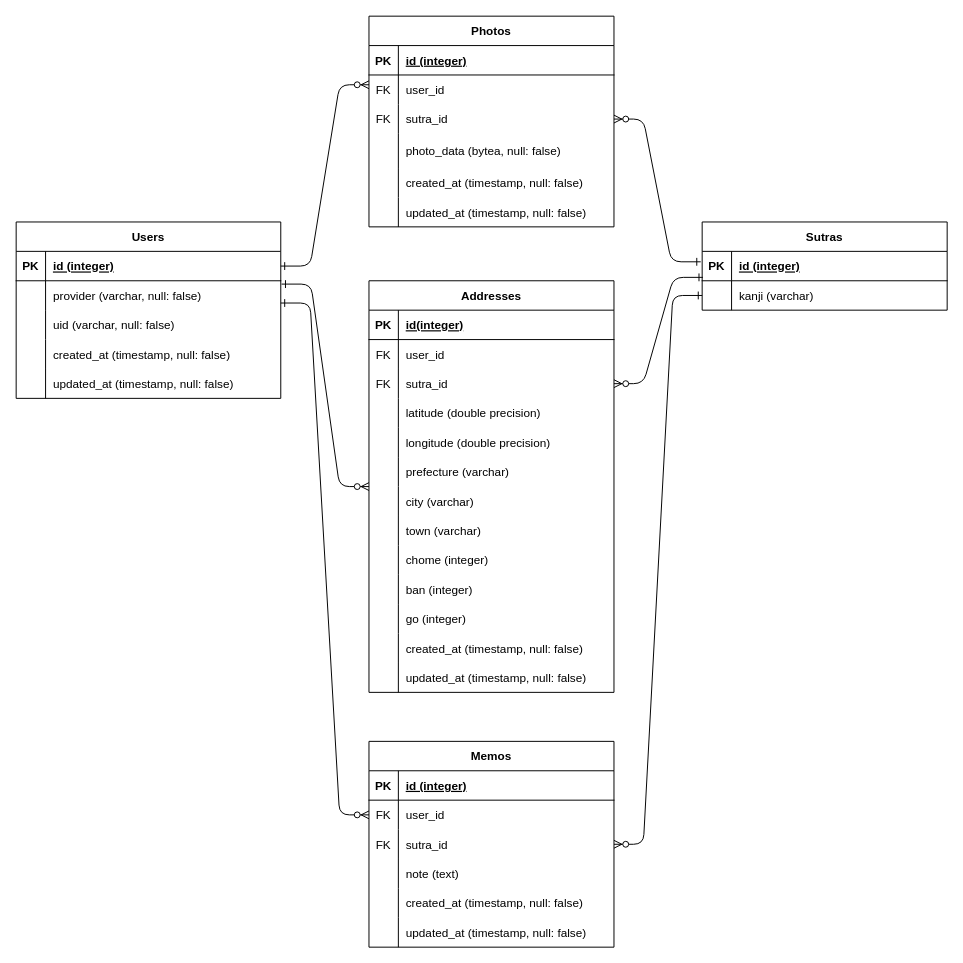
Before: outdoor-heart-sutra.drawio in shirotamaki/entity-relationship-diagram, a draw.io diagram. Source tidied: cells renumbered, new cells numbered last; positions are measured from the earlier drawing's top-left corner, leaving out a move shared by most shapes. Both pictures are drawn from the tidied source at 98%, with x=0, y=0 at pixel (16, 16).
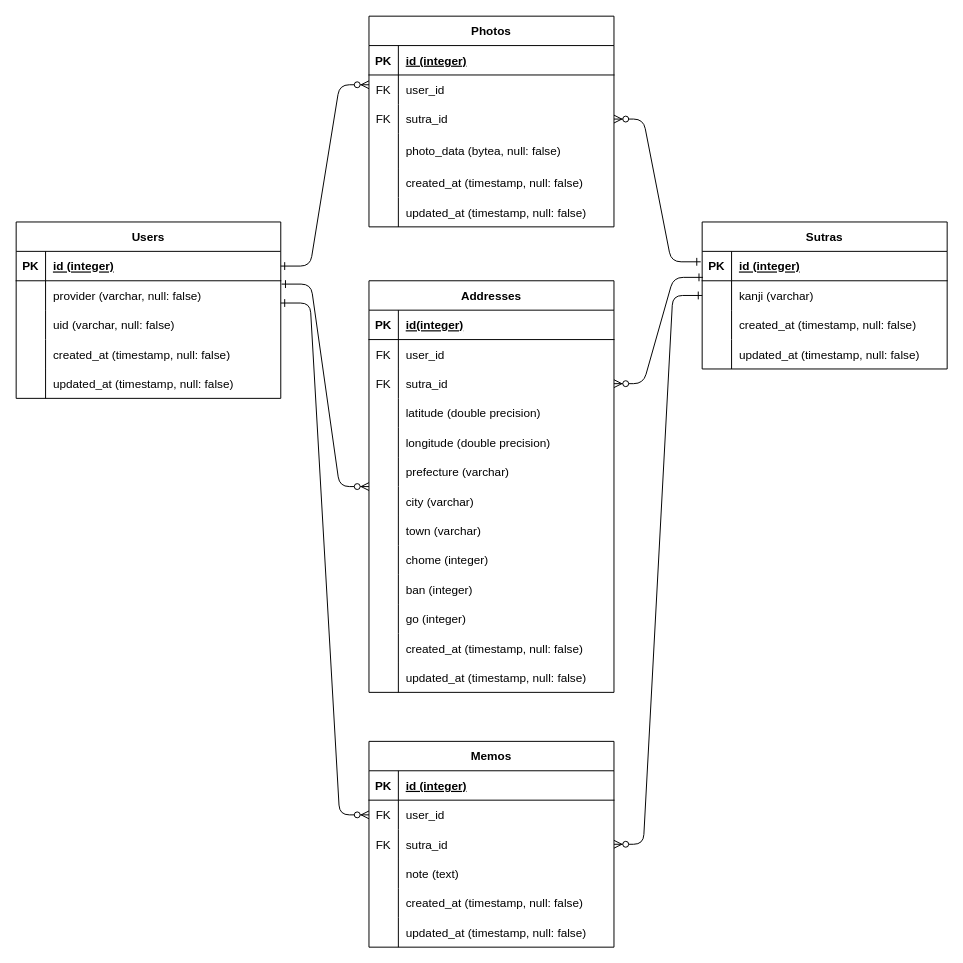
After the change.

Commit message:
outdoor-heart-sutra.drawio を更新します

What changed in the source:
```diff
@@
     <mxCell id="77" value="Sutras" style="shape=table;startSize=30;childLayout=tableLayout;rowLines=0;fontStyle=1;align=center;" parent="1" vertex="1">
-      <mxGeometry x="700" y="210" width="250" height="90" as="geometry" />
+      <mxGeometry x="700" y="210" width="250" height="150" as="geometry" />
     </mxCell>
@@
+    <mxCell id="109" style="shape=partialRectangle;fillColor=none;top=0;left=0;right=0;bottom=0;" parent="77" vertex="1">
+      <mxGeometry y="90" width="250" height="30" as="geometry" />
+    </mxCell>
+    <mxCell id="110" style="shape=partialRectangle;overflow=hidden;fillColor=none;top=0;left=0;bottom=0;right=0;" parent="109" vertex="1">
+      <mxGeometry width="30" height="30" as="geometry" />
+    </mxCell>
+    <mxCell id="111" value="created_at (timestamp, null: false)" style="shape=partialRectangle;overflow=hidden;fillColor=none;top=0;left=0;bottom=0;right=0;align=left;spacingLeft=6;" parent="109" vertex="1">
+      <mxGeometry x="30" width="220" height="30" as="geometry" />
+    </mxCell>
+    <mxCell id="112" style="shape=partialRectangle;fillColor=none;top=0;left=0;right=0;bottom=0;" parent="77" vertex="1">
+      <mxGeometry y="120" width="250" height="30" as="geometry" />
+    </mxCell>
+    <mxCell id="113" style="shape=partialRectangle;overflow=hidden;fillColor=none;top=0;left=0;bottom=0;right=0;" parent="112" vertex="1">
+      <mxGeometry width="30" height="30" as="geometry" />
+    </mxCell>
+    <mxCell id="114" value="updated_at (timestamp, null: false)" style="shape=partialRectangle;overflow=hidden;fillColor=none;top=0;left=0;bottom=0;right=0;align=left;spacingLeft=6;" parent="112" vertex="1">
+      <mxGeometry x="30" width="220" height="30" as="geometry" />
+    </mxCell>
```
